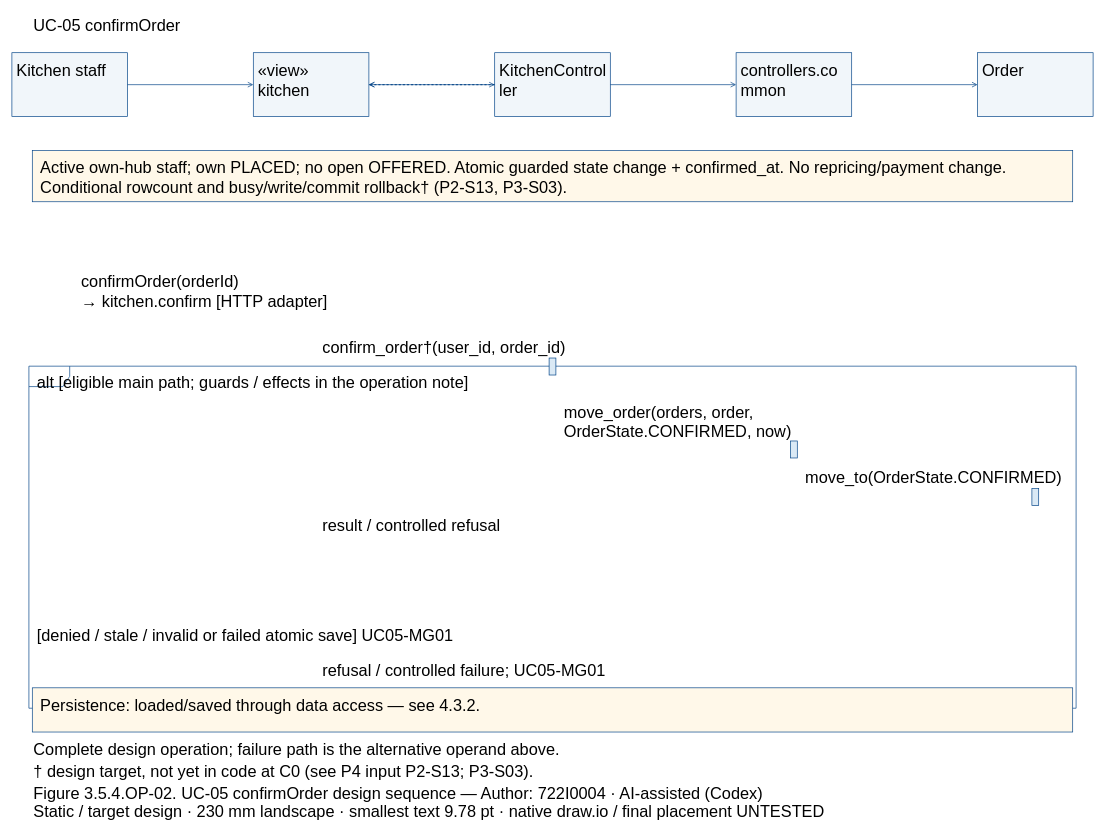
Above: models/UC-05/seq_uc05_confirmOrder.drawio in Dat071104/SaigonBite (draw.io), before the change. Source tidied: cells renumbered, new cells numbered last; positions are measured from the earlier drawing's top-left corner, leaving out a move shared by most shapes. Both pictures are drawn from the tidied source at 68%, with x=0, y=0 at pixel (12, 12).
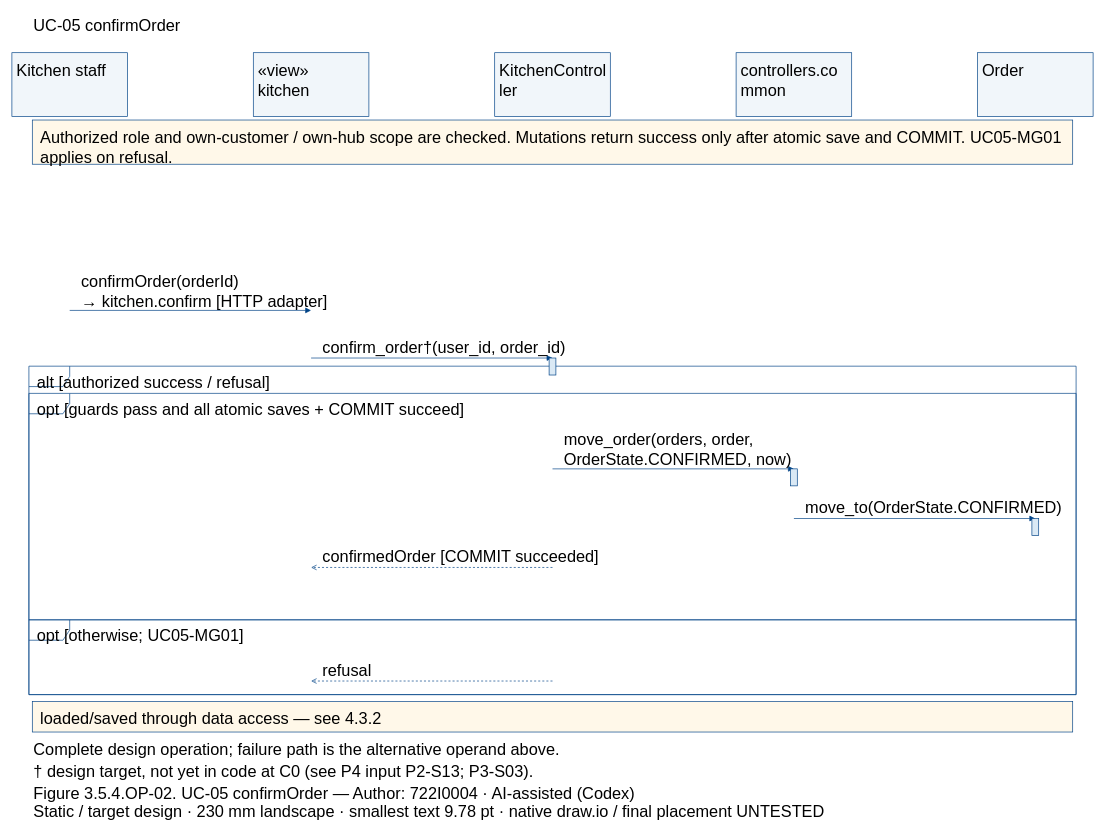
Above is the later version.

Unchanged cells that the change refers to:
```xml
<mxCell id="3" style="fillColor=#F1F6FA;strokeColor=#004387;fontFamily=Arial;fontSize=24;whiteSpace=wrap;html=0;" parent="1" vertex="1">
  <mxGeometry y="60" width="170" height="94" as="geometry" />
</mxCell>
<mxCell id="5" style="fillColor=#F1F6FA;strokeColor=#004387;fontFamily=Arial;fontSize=24;whiteSpace=wrap;html=0;" parent="1" vertex="1">
  <mxGeometry x="355" y="60" width="170" height="94" as="geometry" />
</mxCell>
<mxCell id="7" style="fillColor=#F1F6FA;strokeColor=#004387;fontFamily=Arial;fontSize=24;whiteSpace=wrap;html=0;" parent="1" vertex="1">
  <mxGeometry x="710" y="60" width="170" height="94" as="geometry" />
</mxCell>
<mxCell id="9" style="fillColor=#F1F6FA;strokeColor=#004387;fontFamily=Arial;fontSize=24;whiteSpace=wrap;html=0;" parent="1" vertex="1">
  <mxGeometry x="1065" y="60" width="170" height="94" as="geometry" />
</mxCell>
<mxCell id="11" style="fillColor=#F1F6FA;strokeColor=#004387;fontFamily=Arial;fontSize=24;whiteSpace=wrap;html=0;" parent="1" vertex="1">
  <mxGeometry x="1420" y="60" width="170" height="94" as="geometry" />
</mxCell>
```

Change to the diagram source:
```diff
@@
-    <mxCell id="13" style="fillColor=white;strokeColor=#004387;shape=umlFrame;fillColor=none;fontFamily=Arial;fontSize=24;whiteSpace=wrap;html=0;" parent="1" vertex="1">
-      <mxGeometry x="25" y="521" width="1540" height="503" as="geometry" />
-    </mxCell>
-    <mxCell id="14" value="alt [eligible main path; guards / effects in the operation note]" style="text;align=left;verticalAlign=top;strokeColor=none;fillColor=none;fontFamily=Arial;fontSize=24;whiteSpace=wrap;html=0;" parent="1" vertex="1">
-      <mxGeometry x="35" y="524" width="1520" height="27.6" as="geometry" />
-    </mxCell>
-    <mxCell id="15" value="[denied / stale / invalid or failed atomic save] UC05-MG01" style="text;align=left;verticalAlign=top;strokeColor=none;fillColor=none;fontFamily=Arial;fontSize=24;whiteSpace=wrap;html=0;" parent="1" vertex="1">
-      <mxGeometry x="35" y="897" width="1520" height="27.6" as="geometry" />
-    </mxCell>
-    <mxCell id="16" style="fillColor=#FFF8E9;strokeColor=#004387;fontFamily=Arial;fontSize=24;whiteSpace=wrap;html=0;" parent="1" vertex="1">
-      <mxGeometry x="30" y="204" width="1530" height="75.2" as="geometry" />
-    </mxCell>
-    <mxCell id="17" value="Active own-hub staff; own PLACED; no open OFFERED. Atomic guarded state change + confirmed_at. No repricing/payment change.&#10;Conditional rowcount and busy/write/commit rollback† (P2-S13, P3-S03)." style="text;align=left;verticalAlign=top;strokeColor=none;fillColor=none;fontFamily=Arial;fontSize=24;whiteSpace=wrap;html=0;" parent="1" vertex="1">
-      <mxGeometry x="40" y="209" width="1510" height="55.2" as="geometry" />
-    </mxCell>
-    <mxCell id="18" style="fillColor=#FFF8E9;strokeColor=#004387;fontFamily=Arial;fontSize=24;whiteSpace=wrap;html=0;" parent="1" vertex="1">
-      <mxGeometry x="30" y="994" width="1530" height="65" as="geometry" />
-    </mxCell>
-    <mxCell id="19" value="Persistence: loaded/saved through data access — see 4.3.2." style="text;align=left;verticalAlign=top;strokeColor=none;fillColor=none;fontFamily=Arial;fontSize=24;whiteSpace=wrap;html=0;" parent="1" vertex="1">
-      <mxGeometry x="40" y="999" width="1510" height="27.6" as="geometry" />
-    </mxCell>
-    <mxCell id="20" style="edgeStyle=none;endArrow=open;strokeColor=#004387;" parent="1" edge="1" source="3" target="5">
-      <mxGeometry relative="1" as="geometry" />
-    </mxCell>
+    <mxCell id="39" style="fillColor=white;strokeColor=#004387;shape=umlFrame;fillColor=none;fontFamily=Arial;fontSize=24;whiteSpace=wrap;html=0;" parent="1" vertex="1">
+      <mxGeometry x="25" y="521" width="1540" height="483" as="geometry" />
+    </mxCell>
+    <mxCell id="40" value="alt [authorized success / refusal]" style="text;align=left;verticalAlign=top;strokeColor=none;fillColor=none;fontFamily=Arial;fontSize=24;whiteSpace=wrap;html=0;" parent="1" vertex="1">
+      <mxGeometry x="35" y="524" width="1520" height="27.6" as="geometry" />
+    </mxCell>
+    <mxCell id="41" style="fillColor=white;strokeColor=#004387;shape=umlFrame;fillColor=none;fontFamily=Arial;fontSize=24;whiteSpace=wrap;html=0;" parent="1" vertex="1">
+      <mxGeometry x="25" y="561" width="1540" height="333" as="geometry" />
+    </mxCell>
+    <mxCell id="42" value="opt [guards pass and all atomic saves + COMMIT succeed]" style="text;align=left;verticalAlign=top;strokeColor=none;fillColor=none;fontFamily=Arial;fontSize=24;whiteSpace=wrap;html=0;" parent="1" vertex="1">
+      <mxGeometry x="35" y="564" width="1520" height="27.6" as="geometry" />
+    </mxCell>
+    <mxCell id="43" style="fillColor=white;strokeColor=#004387;shape=umlFrame;fillColor=none;fontFamily=Arial;fontSize=24;whiteSpace=wrap;html=0;" parent="1" vertex="1">
+      <mxGeometry x="25" y="894" width="1540" height="110" as="geometry" />
+    </mxCell>
+    <mxCell id="44" value="opt [otherwise; UC05-MG01]" style="text;align=left;verticalAlign=top;strokeColor=none;fillColor=none;fontFamily=Arial;fontSize=24;whiteSpace=wrap;html=0;" parent="1" vertex="1">
+      <mxGeometry x="35" y="897" width="1520" height="27.6" as="geometry" />
+    </mxCell>
+    <mxCell id="45" style="fillColor=#FFF8E9;strokeColor=#004387;fontFamily=Arial;fontSize=24;whiteSpace=wrap;html=0;" parent="1" vertex="1">
+      <mxGeometry x="30" y="159" width="1530" height="65" as="geometry" />
+    </mxCell>
+    <mxCell id="46" value="Authorized role and own-customer / own-hub scope are checked. Mutations return success only after atomic save and COMMIT. UC05-MG01&#10;applies on refusal." style="text;align=left;verticalAlign=top;strokeColor=none;fillColor=none;fontFamily=Arial;fontSize=24;whiteSpace=wrap;html=0;" parent="1" vertex="1">
+      <mxGeometry x="40" y="164" width="1510" height="55.2" as="geometry" />
+    </mxCell>
+    <mxCell id="47" style="fillColor=#FFF8E9;strokeColor=#004387;fontFamily=Arial;fontSize=24;whiteSpace=wrap;html=0;" parent="1" vertex="1">
+      <mxGeometry x="30" y="1014" width="1530" height="45" as="geometry" />
+    </mxCell>
+    <mxCell id="48" value="loaded/saved through data access — see 4.3.2" style="text;align=left;verticalAlign=top;strokeColor=none;fillColor=none;fontFamily=Arial;fontSize=24;whiteSpace=wrap;html=0;" parent="1" vertex="1">
+      <mxGeometry x="40" y="1019" width="1510" height="27.6" as="geometry" />
+    </mxCell>
+    <mxCell id="49" style="opacity=0;strokeColor=none;fillColor=none;fontFamily=Arial;fontSize=24;whiteSpace=wrap;html=0;" parent="1" vertex="1">
+      <mxGeometry x="84.5" y="438.5" width="1" height="1" as="geometry" />
+    </mxCell>
+    <mxCell id="50" style="opacity=0;strokeColor=none;fillColor=none;fontFamily=Arial;fontSize=24;whiteSpace=wrap;html=0;" parent="1" vertex="1">
+      <mxGeometry x="439.5" y="438.5" width="1" height="1" as="geometry" />
+    </mxCell>
+    <mxCell id="51" style="edgeStyle=none;endArrow=block;endFill=1;strokeColor=#004387;exitX=0.5;exitY=0.5;exitPerimeter=0;entryX=0.5;entryY=0.5;entryPerimeter=0;" parent="1" edge="1" source="49" target="50">
+      <mxGeometry relative="1" as="geometry" />
+    </mxCell>
@@
-    <mxCell id="22" style="edgeStyle=none;endArrow=open;strokeColor=#004387;" parent="1" edge="1" source="5" target="7">
-      <mxGeometry relative="1" as="geometry" />
-    </mxCell>
+    <mxCell id="52" style="opacity=0;strokeColor=none;fillColor=none;fontFamily=Arial;fontSize=24;whiteSpace=wrap;html=0;" parent="1" vertex="1">
+      <mxGeometry x="439.5" y="508.5" width="1" height="1" as="geometry" />
+    </mxCell>
+    <mxCell id="53" style="opacity=0;strokeColor=none;fillColor=none;fontFamily=Arial;fontSize=24;whiteSpace=wrap;html=0;" parent="1" vertex="1">
+      <mxGeometry x="794.5" y="508.5" width="1" height="1" as="geometry" />
+    </mxCell>
+    <mxCell id="54" style="edgeStyle=none;endArrow=block;endFill=1;strokeColor=#004387;exitX=0.5;exitY=0.5;exitPerimeter=0;entryX=0.5;entryY=0.5;entryPerimeter=0;" parent="1" edge="1" source="52" target="53">
+      <mxGeometry relative="1" as="geometry" />
+    </mxCell>
@@
-    <mxCell id="24" style="fillColor=#DAE9F5;strokeColor=#004387;fontFamily=Arial;fontSize=24;whiteSpace=wrap;html=0;" parent="1" vertex="1">
-      <mxGeometry x="790" y="509" width="10" height="25" as="geometry" />
-    </mxCell>
-    <mxCell id="25" style="edgeStyle=none;endArrow=open;strokeColor=#004387;" parent="1" edge="1" source="7" target="9">
-      <mxGeometry relative="1" as="geometry" />
-    </mxCell>
+    <mxCell id="27" style="fillColor=#DAE9F5;strokeColor=#004387;fontFamily=Arial;fontSize=24;whiteSpace=wrap;html=0;" parent="1" vertex="1">
+      <mxGeometry x="790" y="509" width="10" height="25" as="geometry" />
+    </mxCell>
+    <mxCell id="55" style="opacity=0;strokeColor=none;fillColor=none;fontFamily=Arial;fontSize=24;whiteSpace=wrap;html=0;" parent="1" vertex="1">
+      <mxGeometry x="794.5" y="671.5" width="1" height="1" as="geometry" />
+    </mxCell>
+    <mxCell id="56" style="opacity=0;strokeColor=none;fillColor=none;fontFamily=Arial;fontSize=24;whiteSpace=wrap;html=0;" parent="1" vertex="1">
+      <mxGeometry x="1149.5" y="671.5" width="1" height="1" as="geometry" />
+    </mxCell>
+    <mxCell id="57" style="edgeStyle=none;endArrow=block;endFill=1;strokeColor=#004387;exitX=0.5;exitY=0.5;exitPerimeter=0;entryX=0.5;entryY=0.5;entryPerimeter=0;" parent="1" edge="1" source="55" target="56">
+      <mxGeometry relative="1" as="geometry" />
+    </mxCell>
     <mxCell id="26" value="move_order(orders, order,&#10;OrderState.CONFIRMED, now)" style="text;align=left;verticalAlign=top;strokeColor=none;fillColor=none;fontFamily=Arial;fontSize=24;whiteSpace=wrap;html=0;" parent="1" vertex="1">
-      <mxGeometry x="810" y="567.8" width="420" height="55.2" as="geometry" />
+      <mxGeometry x="810" y="608.8" width="420" height="55.2" as="geometry" />
     </mxCell>
-    <mxCell id="27" style="fillColor=#DAE9F5;strokeColor=#004387;fontFamily=Arial;fontSize=24;whiteSpace=wrap;html=0;" parent="1" vertex="1">
-      <mxGeometry x="1145" y="631" width="10" height="25" as="geometry" />
-    </mxCell>
-    <mxCell id="28" style="edgeStyle=none;endArrow=open;strokeColor=#004387;" parent="1" edge="1" source="9" target="11">
-      <mxGeometry relative="1" as="geometry" />
-    </mxCell>
+    <mxCell id="30" style="fillColor=#DAE9F5;strokeColor=#004387;fontFamily=Arial;fontSize=24;whiteSpace=wrap;html=0;" parent="1" vertex="1">
+      <mxGeometry x="1145" y="672" width="10" height="25" as="geometry" />
+    </mxCell>
+    <mxCell id="58" style="opacity=0;strokeColor=none;fillColor=none;fontFamily=Arial;fontSize=24;whiteSpace=wrap;html=0;" parent="1" vertex="1">
+      <mxGeometry x="1149.5" y="744.5" width="1" height="1" as="geometry" />
+    </mxCell>
+    <mxCell id="59" style="opacity=0;strokeColor=none;fillColor=none;fontFamily=Arial;fontSize=24;whiteSpace=wrap;html=0;" parent="1" vertex="1">
+      <mxGeometry x="1504.5" y="744.5" width="1" height="1" as="geometry" />
+    </mxCell>
+    <mxCell id="60" style="edgeStyle=none;endArrow=block;endFill=1;strokeColor=#004387;exitX=0.5;exitY=0.5;exitPerimeter=0;entryX=0.5;entryY=0.5;entryPerimeter=0;" parent="1" edge="1" source="58" target="59">
+      <mxGeometry relative="1" as="geometry" />
+    </mxCell>
     <mxCell id="29" value="move_to(OrderState.CONFIRMED)" style="text;align=left;verticalAlign=top;strokeColor=none;fillColor=none;fontFamily=Arial;fontSize=24;whiteSpace=wrap;html=0;" parent="1" vertex="1">
-      <mxGeometry x="1165" y="665.4" width="420" height="27.6" as="geometry" />
+      <mxGeometry x="1165" y="709.4" width="420" height="27.6" as="geometry" />
     </mxCell>
-    <mxCell id="30" style="fillColor=#DAE9F5;strokeColor=#004387;fontFamily=Arial;fontSize=24;whiteSpace=wrap;html=0;" parent="1" vertex="1">
-      <mxGeometry x="1500" y="701" width="10" height="25" as="geometry" />
-    </mxCell>
-    <mxCell id="31" style="edgeStyle=none;endArrow=open;dashed=1;strokeColor=#004387;" parent="1" edge="1" source="7" target="5">
-      <mxGeometry relative="1" as="geometry" />
-    </mxCell>
-    <mxCell id="32" value="result / controlled refusal" style="text;align=left;verticalAlign=top;strokeColor=none;fillColor=none;fontFamily=Arial;fontSize=24;whiteSpace=wrap;html=0;" parent="1" vertex="1">
-      <mxGeometry x="455" y="735.4" width="420" height="27.6" as="geometry" />
-    </mxCell>
-    <mxCell id="33" style="edgeStyle=none;endArrow=open;dashed=1;strokeColor=#004387;" parent="1" edge="1" source="7" target="5">
-      <mxGeometry relative="1" as="geometry" />
-    </mxCell>
-    <mxCell id="34" value="refusal / controlled failure; UC05-MG01" style="text;align=left;verticalAlign=top;strokeColor=none;fillColor=none;fontFamily=Arial;fontSize=24;whiteSpace=wrap;html=0;" parent="1" vertex="1">
-      <mxGeometry x="455" y="948.4" width="420" height="27.6" as="geometry" />
-    </mxCell>
-    <mxCell id="35" value="Complete design operation; failure path is the alternative operand above." style="text;align=left;verticalAlign=top;strokeColor=none;fillColor=none;fontFamily=Arial;fontSize=24;whiteSpace=wrap;html=0;" parent="1" vertex="1">
-      <mxGeometry x="30" y="1064" width="1530" height="27.6" as="geometry" />
-    </mxCell>
+    <mxCell id="61" style="fillColor=#DAE9F5;strokeColor=#004387;fontFamily=Arial;fontSize=24;whiteSpace=wrap;html=0;" parent="1" vertex="1">
+      <mxGeometry x="1500" y="745" width="10" height="25" as="geometry" />
+    </mxCell>
+    <mxCell id="62" style="opacity=0;strokeColor=none;fillColor=none;fontFamily=Arial;fontSize=24;whiteSpace=wrap;html=0;" parent="1" vertex="1">
+      <mxGeometry x="794.5" y="816.5" width="1" height="1" as="geometry" />
+    </mxCell>
+    <mxCell id="63" style="opacity=0;strokeColor=none;fillColor=none;fontFamily=Arial;fontSize=24;whiteSpace=wrap;html=0;" parent="1" vertex="1">
+      <mxGeometry x="439.5" y="816.5" width="1" height="1" as="geometry" />
+    </mxCell>
+    <mxCell id="64" style="edgeStyle=none;endArrow=open;endFill=0;dashed=1;strokeColor=#004387;exitX=0.5;exitY=0.5;exitPerimeter=0;entryX=0.5;entryY=0.5;entryPerimeter=0;" parent="1" edge="1" source="62" target="63">
+      <mxGeometry relative="1" as="geometry" />
+    </mxCell>
+    <mxCell id="65" value="confirmedOrder [COMMIT succeeded]" style="text;align=left;verticalAlign=top;strokeColor=none;fillColor=none;fontFamily=Arial;fontSize=24;whiteSpace=wrap;html=0;" parent="1" vertex="1">
+      <mxGeometry x="455" y="781.4" width="420" height="27.6" as="geometry" />
+    </mxCell>
+    <mxCell id="66" style="opacity=0;strokeColor=none;fillColor=none;fontFamily=Arial;fontSize=24;whiteSpace=wrap;html=0;" parent="1" vertex="1">
+      <mxGeometry x="794.5" y="983.5" width="1" height="1" as="geometry" />
+    </mxCell>
+    <mxCell id="67" style="opacity=0;strokeColor=none;fillColor=none;fontFamily=Arial;fontSize=24;whiteSpace=wrap;html=0;" parent="1" vertex="1">
+      <mxGeometry x="439.5" y="983.5" width="1" height="1" as="geometry" />
+    </mxCell>
+    <mxCell id="68" style="edgeStyle=none;endArrow=open;endFill=0;dashed=1;strokeColor=#004387;exitX=0.5;exitY=0.5;exitPerimeter=0;entryX=0.5;entryY=0.5;entryPerimeter=0;" parent="1" edge="1" source="66" target="67">
+      <mxGeometry relative="1" as="geometry" />
+    </mxCell>
+    <mxCell id="69" value="refusal" style="text;align=left;verticalAlign=top;strokeColor=none;fillColor=none;fontFamily=Arial;fontSize=24;whiteSpace=wrap;html=0;" parent="1" vertex="1">
+      <mxGeometry x="455" y="948.4" width="420" height="27.6" as="geometry" />
+    </mxCell>
+    <mxCell id="38" value="Complete design operation; failure path is the alternative operand above." style="text;align=left;verticalAlign=top;strokeColor=none;fillColor=none;fontFamily=Arial;fontSize=24;whiteSpace=wrap;html=0;" parent="1" vertex="1">
+      <mxGeometry x="30" y="1064" width="1530" height="27.6" as="geometry" />
+    </mxCell>
@@
-    <mxCell id="37" value="Figure 3.5.4.OP-02. UC-05 confirmOrder design sequence — Author: 722I0004 · AI-assisted (Codex)" style="text;align=left;verticalAlign=top;strokeColor=none;fillColor=none;fontFamily=Arial;fontSize=24;whiteSpace=wrap;html=0;" parent="1" vertex="1">
-      <mxGeometry x="30" y="1129" width="1530" height="27.6" as="geometry" />
-    </mxCell>
-    <mxCell id="38" value="Static / target design · 230 mm landscape · smallest text 9.78 pt · native draw.io / final placement UNTESTED" style="text;align=left;verticalAlign=top;strokeColor=none;fillColor=none;fontFamily=Arial;fontSize=24;whiteSpace=wrap;html=0;" parent="1" vertex="1">
-      <mxGeometry x="30" y="1155" width="1530" height="27.6" as="geometry" />
-    </mxCell>
+    <mxCell id="70" value="Figure 3.5.4.OP-02. UC-05 confirmOrder — Author: 722I0004 · AI-assisted (Codex)" style="text;align=left;verticalAlign=top;strokeColor=none;fillColor=none;fontFamily=Arial;fontSize=24;whiteSpace=wrap;html=0;" parent="1" vertex="1">
+      <mxGeometry x="30" y="1129" width="1530" height="27.6" as="geometry" />
+    </mxCell>
+    <mxCell id="71" value="Static / target design · 230 mm landscape · smallest text 9.78 pt · native draw.io / final placement UNTESTED" style="text;align=left;verticalAlign=top;strokeColor=none;fillColor=none;fontFamily=Arial;fontSize=24;whiteSpace=wrap;html=0;" parent="1" vertex="1">
+      <mxGeometry x="30" y="1155" width="1530" height="27.6" as="geometry" />
+    </mxCell>
```
